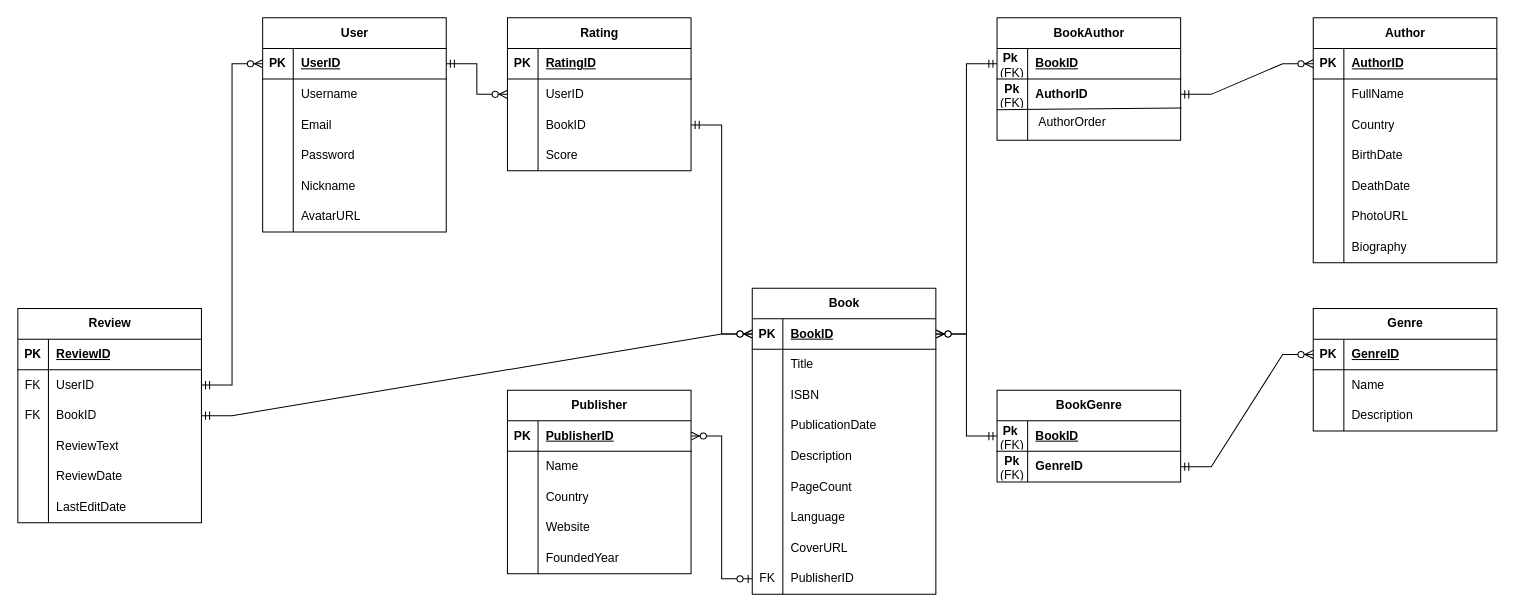
Earlier version of the draw.io diagram Lab_1/Lab_1.drawio (seniaz/DB_2025). Source tidied: cells renumbered, new cells numbered last; positions are measured from the earlier drawing's top-left corner, leaving out a move shared by most shapes. Both pictures are drawn from the tidied source at 102%, with x=0, y=0 at pixel (-13, -18).
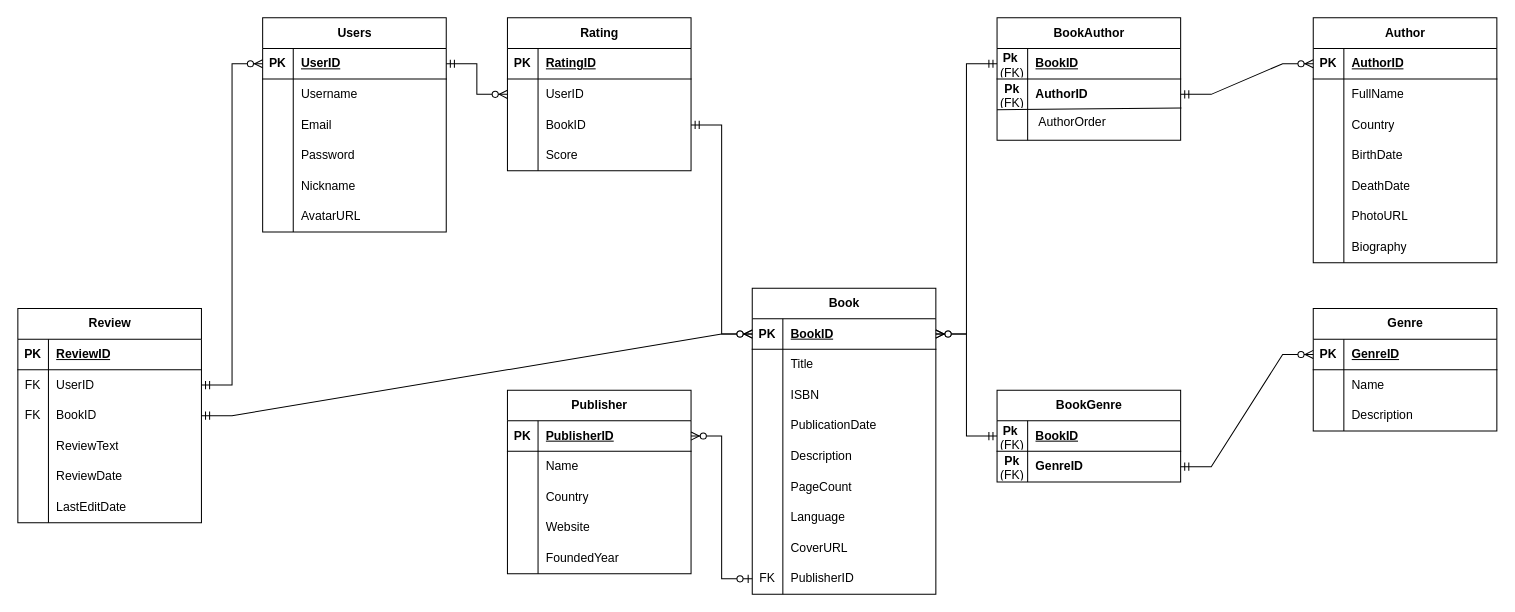
Above is the later version.

Commit message (it also covers changes not shown here):
User -> Users

What changed in the source:
```diff
@@
-    <mxCell id="2" value="User" style="shape=table;startSize=30;childLayout=tableLayout;rowLines=0;fontStyle=1;align=center;html=1;" parent="1" vertex="1">
+    <mxCell id="2" value="Users" style="shape=table;startSize=30;childLayout=tableLayout;rowLines=0;fontStyle=1;align=center;html=1;" parent="1" vertex="1">
       <mxGeometry x="270" y="35" width="180" height="210" as="geometry" />
     </mxCell>
```
